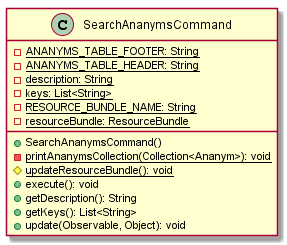
Earlier version of the PlantUML export malokhvii-eduard/malokhvii04/doc/plantuml/png/ua.khpi.oop.malokhvii04.shell.commands.text.SearchAnanymsCommand.png (P-Kalin/kit26a). Source of this version:
```plantuml
@startuml

    class SearchAnanymsCommand {
        {static} -ANANYMS_TABLE_FOOTER: String
        {static} -ANANYMS_TABLE_HEADER: String
        {static} -description: String
        {static} -keys: List<String>
        {static} -RESOURCE_BUNDLE_NAME: String
        {static} -resourceBundle: ResourceBundle
        +SearchAnanymsCommand()
        {static} -printAnanymsCollection(Collection<Ananym>): void
        {static} #updateResourceBundle(): void
        +execute(): void
        +getDescription(): String
        +getKeys(): List<String>
        +update(Observable, Object): void
    }

@enduml
```
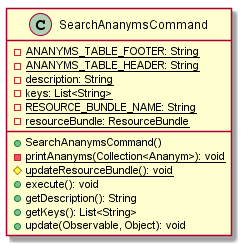
Later version of the same file.

Change to the diagram source:
```diff
@@ -8,7 +8,7 @@
         {static} -RESOURCE_BUNDLE_NAME: String
         {static} -resourceBundle: ResourceBundle
         +SearchAnanymsCommand()
-        {static} -printAnanymsCollection(Collection<Ananym>): void
+        {static} -printAnanyms(Collection<Ananym>): void
         {static} #updateResourceBundle(): void
         +execute(): void
         +getDescription(): String
```
